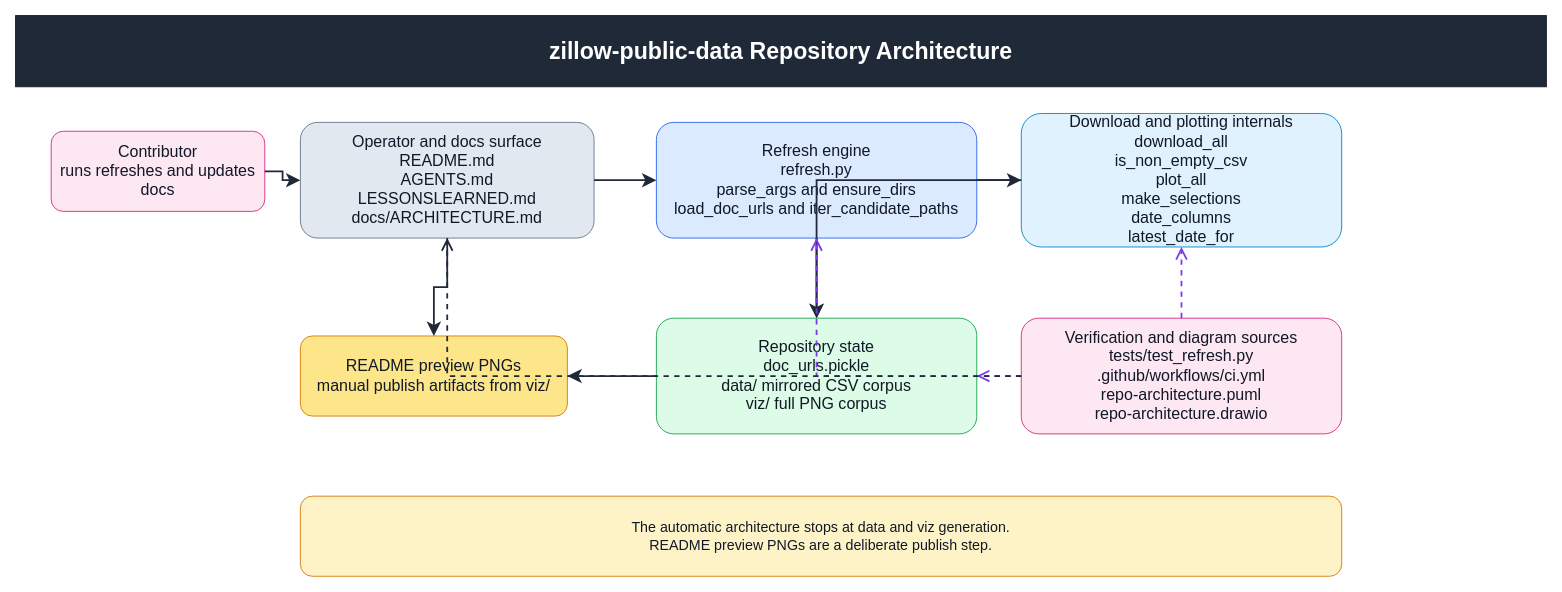
This is docs/diagrams/repo-architecture.drawio from casonk/zillow-public-data, a draw.io file, before an edit. Source tidied: cells renumbered, new cells numbered last; positions are measured from the earlier drawing's top-left corner, leaving out a move shared by most shapes. Both pictures are drawn from the tidied source at 89%, with x=0, y=0 at pixel (15, 15).
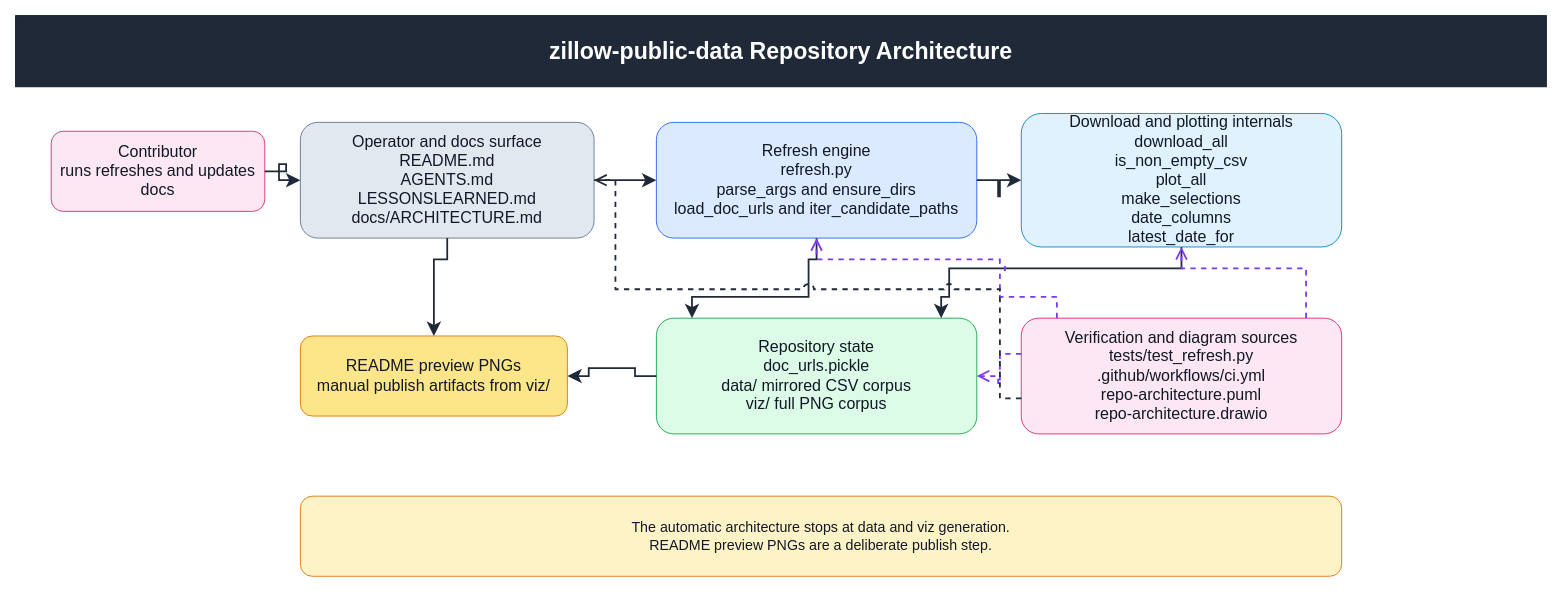
After the change.

Commit message (it also covers changes not shown here):
fix: refresh drawio architecture routes

Unchanged cells that the change refers to:
```xml
<mxCell id="3" value="Contributor&#10;runs refreshes and updates docs" style="rounded=1;whiteSpace=wrap;html=0;fillColor=#FCE7F3;strokeColor=#DB2777;fontColor=#111827;fontSize=18;align=center;verticalAlign=middle;spacing=8;" parent="1" vertex="1">
  <mxGeometry x="40" y="130" width="240" height="90" as="geometry" />
</mxCell>
<mxCell id="4" value="Operator and docs surface&#10;README.md&#10;AGENTS.md&#10;LESSONSLEARNED.md&#10;docs/ARCHITECTURE.md" style="rounded=1;whiteSpace=wrap;html=0;fillColor=#E2E8F0;strokeColor=#64748B;fontColor=#111827;fontSize=18;align=center;verticalAlign=middle;spacing=8;" parent="1" vertex="1">
  <mxGeometry x="320" y="120" width="330" height="130" as="geometry" />
</mxCell>
<mxCell id="5" value="Refresh engine&#10;refresh.py&#10;parse_args and ensure_dirs&#10;load_doc_urls and iter_candidate_paths" style="rounded=1;whiteSpace=wrap;html=0;fillColor=#DBEAFE;strokeColor=#2563EB;fontColor=#111827;fontSize=18;align=center;verticalAlign=middle;spacing=8;" parent="1" vertex="1">
  <mxGeometry x="720" y="120" width="360" height="130" as="geometry" />
</mxCell>
<mxCell id="6" value="Download and plotting internals&#10;download_all&#10;is_non_empty_csv&#10;plot_all&#10;make_selections&#10;date_columns&#10;latest_date_for" style="rounded=1;whiteSpace=wrap;html=0;fillColor=#E0F2FE;strokeColor=#0284C7;fontColor=#111827;fontSize=18;align=center;verticalAlign=middle;spacing=8;" parent="1" vertex="1">
  <mxGeometry x="1130" y="110" width="360" height="150" as="geometry" />
</mxCell>
<mxCell id="7" value="Repository state&#10;doc_urls.pickle&#10;data/ mirrored CSV corpus&#10;viz/ full PNG corpus" style="rounded=1;whiteSpace=wrap;html=0;fillColor=#DCFCE7;strokeColor=#16A34A;fontColor=#111827;fontSize=18;align=center;verticalAlign=middle;spacing=8;" parent="1" vertex="1">
  <mxGeometry x="720" y="340" width="360" height="130" as="geometry" />
</mxCell>
<mxCell id="8" value="Verification and diagram sources&#10;tests/test_refresh.py&#10;.github/workflows/ci.yml&#10;repo-architecture.puml&#10;repo-architecture.drawio" style="rounded=1;whiteSpace=wrap;html=0;fillColor=#FCE7F3;strokeColor=#DB2777;fontColor=#111827;fontSize=18;align=center;verticalAlign=middle;spacing=8;" parent="1" vertex="1">
  <mxGeometry x="1130" y="340" width="360" height="130" as="geometry" />
</mxCell>
<mxCell id="9" value="README preview PNGs&#10;manual publish artifacts from viz/" style="rounded=1;whiteSpace=wrap;html=0;fillColor=#FDE68A;strokeColor=#D97706;fontColor=#111827;fontSize=18;align=center;verticalAlign=middle;spacing=8;" parent="1" vertex="1">
  <mxGeometry x="320" y="360" width="300" height="90" as="geometry" />
</mxCell>
```

Diff of the diagram source:
```diff
@@
-    <mxCell id="11" style="rounded=0;html=0;strokeColor=#1F2937;edgeStyle=orthogonalEdgeStyle;jettySize=12;endArrow=classic;endFill=1;endSize=10;strokeWidth=2;" parent="1" edge="1" source="3" target="4">
-      <mxGeometry relative="1" as="geometry" />
+    <mxCell id="11" style="rounded=0;html=0;strokeColor=#1F2937;edgeStyle=orthogonalEdgeStyle;jettySize=12;endArrow=classic;endFill=1;endSize=10;strokeWidth=2;jumpStyle=arc;jumpSize=10;" parent="1" edge="1" source="3" target="4">
+      <mxGeometry relative="1" as="geometry">
+        <Array as="points">
+          <mxPoint x="304" y="175" />
+          <mxPoint x="304" y="167" />
+          <mxPoint x="296" y="167" />
+          <mxPoint x="296" y="185" />
+        </Array>
+      </mxGeometry>
     </mxCell>
-    <mxCell id="12" style="rounded=0;html=0;strokeColor=#1F2937;edgeStyle=orthogonalEdgeStyle;jettySize=12;endArrow=classic;endFill=1;endSize=10;strokeWidth=2;" parent="1" edge="1" source="4" target="5">
-      <mxGeometry relative="1" as="geometry" />
+    <mxCell id="12" style="rounded=0;html=0;strokeColor=#1F2937;edgeStyle=orthogonalEdgeStyle;jettySize=12;endArrow=classic;endFill=1;endSize=10;strokeWidth=2;jumpStyle=arc;jumpSize=10;" parent="1" edge="1" source="4" target="5">
+      <mxGeometry relative="1" as="geometry">
+        <Array as="points">
+          <mxPoint x="674" y="185" />
+          <mxPoint x="696" y="185" />
+        </Array>
+      </mxGeometry>
     </mxCell>
-    <mxCell id="13" style="rounded=0;html=0;strokeColor=#1F2937;edgeStyle=orthogonalEdgeStyle;jettySize=12;endArrow=classic;endFill=1;endSize=10;strokeWidth=2;" parent="1" edge="1" source="5" target="6">
-      <mxGeometry relative="1" as="geometry" />
+    <mxCell id="13" style="rounded=0;html=0;strokeColor=#1F2937;edgeStyle=orthogonalEdgeStyle;jettySize=12;endArrow=classic;endFill=1;endSize=10;strokeWidth=2;jumpStyle=arc;jumpSize=10;" parent="1" edge="1" source="5" target="6">
+      <mxGeometry relative="1" as="geometry">
+        <Array as="points">
+          <mxPoint x="1104" y="185" />
+          <mxPoint x="1104" y="203" />
+          <mxPoint x="1106" y="203" />
+          <mxPoint x="1106" y="185" />
+        </Array>
+      </mxGeometry>
     </mxCell>
-    <mxCell id="14" style="rounded=0;html=0;strokeColor=#1F2937;edgeStyle=orthogonalEdgeStyle;jettySize=12;endArrow=classic;endFill=1;endSize=10;strokeWidth=2;" parent="1" edge="1" source="5" target="7">
-      <mxGeometry relative="1" as="geometry" />
+    <mxCell id="14" style="rounded=0;html=0;strokeColor=#1F2937;edgeStyle=orthogonalEdgeStyle;jettySize=12;endArrow=classic;endFill=1;endSize=10;strokeWidth=2;jumpStyle=arc;jumpSize=10;" parent="1" edge="1" source="5" target="7">
+      <mxGeometry relative="1" as="geometry">
+        <Array as="points">
+          <mxPoint x="900" y="274" />
+          <mxPoint x="891" y="274" />
+          <mxPoint x="891" y="316" />
+          <mxPoint x="760" y="316" />
+        </Array>
+      </mxGeometry>
     </mxCell>
-    <mxCell id="15" style="rounded=0;html=0;strokeColor=#1F2937;edgeStyle=orthogonalEdgeStyle;jettySize=12;endArrow=classic;endFill=1;endSize=10;strokeWidth=2;" parent="1" edge="1" source="6" target="7">
-      <mxGeometry relative="1" as="geometry" />
+    <mxCell id="15" style="rounded=0;html=0;strokeColor=#1F2937;edgeStyle=orthogonalEdgeStyle;jettySize=12;endArrow=classic;endFill=1;endSize=10;strokeWidth=2;jumpStyle=arc;jumpSize=10;" parent="1" edge="1" source="6" target="7">
+      <mxGeometry relative="1" as="geometry">
+        <Array as="points">
+          <mxPoint x="1310" y="284" />
+          <mxPoint x="1049" y="284" />
+          <mxPoint x="1049" y="316" />
+          <mxPoint x="1040" y="316" />
+        </Array>
+      </mxGeometry>
     </mxCell>
-    <mxCell id="16" style="rounded=0;html=0;strokeColor=#1F2937;edgeStyle=orthogonalEdgeStyle;jettySize=12;endArrow=classic;endFill=1;endSize=10;strokeWidth=2;" parent="1" edge="1" source="7" target="9">
-      <mxGeometry relative="1" as="geometry" />
+    <mxCell id="16" style="rounded=0;html=0;strokeColor=#1F2937;edgeStyle=orthogonalEdgeStyle;jettySize=12;endArrow=classic;endFill=1;endSize=10;strokeWidth=2;jumpStyle=arc;jumpSize=10;" parent="1" edge="1" source="7" target="9">
+      <mxGeometry relative="1" as="geometry">
+        <Array as="points">
+          <mxPoint x="696" y="405" />
+          <mxPoint x="696" y="396" />
+          <mxPoint x="644" y="396" />
+          <mxPoint x="644" y="405" />
+        </Array>
+      </mxGeometry>
     </mxCell>
-    <mxCell id="17" style="rounded=0;html=0;strokeColor=#7C3AED;dashed=1;edgeStyle=orthogonalEdgeStyle;jettySize=12;endArrow=open;endFill=0;endSize=10;strokeWidth=2;" parent="1" edge="1" source="8" target="5">
-      <mxGeometry relative="1" as="geometry" />
+    <mxCell id="17" style="rounded=0;html=0;strokeColor=#7C3AED;dashed=1;edgeStyle=orthogonalEdgeStyle;jettySize=12;endArrow=open;endFill=0;endSize=10;strokeWidth=2;jumpStyle=arc;jumpSize=10;" parent="1" edge="1" source="8" target="5">
+      <mxGeometry relative="1" as="geometry">
+        <Array as="points">
+          <mxPoint x="1170" y="316" />
+          <mxPoint x="1106" y="316" />
+          <mxPoint x="1106" y="274" />
+          <mxPoint x="900" y="274" />
+        </Array>
+      </mxGeometry>
     </mxCell>
-    <mxCell id="18" style="rounded=0;html=0;strokeColor=#7C3AED;dashed=1;edgeStyle=orthogonalEdgeStyle;jettySize=12;endArrow=open;endFill=0;endSize=10;strokeWidth=2;" parent="1" edge="1" source="8" target="6">
-      <mxGeometry relative="1" as="geometry" />
+    <mxCell id="18" style="rounded=0;html=0;strokeColor=#7C3AED;dashed=1;edgeStyle=orthogonalEdgeStyle;jettySize=12;endArrow=open;endFill=0;endSize=10;strokeWidth=2;jumpStyle=arc;jumpSize=10;" parent="1" edge="1" source="8" target="6">
+      <mxGeometry relative="1" as="geometry">
+        <Array as="points">
+          <mxPoint x="1450" y="316" />
+          <mxPoint x="1450" y="284" />
+          <mxPoint x="1310" y="284" />
+        </Array>
+      </mxGeometry>
     </mxCell>
-    <mxCell id="19" style="rounded=0;html=0;strokeColor=#7C3AED;dashed=1;edgeStyle=orthogonalEdgeStyle;jettySize=12;endArrow=open;endFill=0;endSize=10;strokeWidth=2;" parent="1" edge="1" source="8" target="7">
-      <mxGeometry relative="1" as="geometry" />
+    <mxCell id="19" style="rounded=0;html=0;strokeColor=#7C3AED;dashed=1;edgeStyle=orthogonalEdgeStyle;jettySize=12;endArrow=open;endFill=0;endSize=10;strokeWidth=2;jumpStyle=arc;jumpSize=10;" parent="1" edge="1" source="8" target="7">
+      <mxGeometry relative="1" as="geometry">
+        <Array as="points">
+          <mxPoint x="1106" y="380" />
+          <mxPoint x="1106" y="414" />
+          <mxPoint x="1104" y="414" />
+          <mxPoint x="1104" y="405" />
+        </Array>
+      </mxGeometry>
     </mxCell>
-    <mxCell id="20" style="rounded=0;html=0;strokeColor=#1F2937;edgeStyle=orthogonalEdgeStyle;jettySize=12;endArrow=classic;endFill=1;endSize=10;strokeWidth=2;" parent="1" edge="1" source="4" target="9">
-      <mxGeometry relative="1" as="geometry" />
+    <mxCell id="20" style="rounded=0;html=0;strokeColor=#1F2937;edgeStyle=orthogonalEdgeStyle;jettySize=12;endArrow=classic;endFill=1;endSize=10;strokeWidth=2;jumpStyle=arc;jumpSize=10;" parent="1" edge="1" source="4" target="9">
+      <mxGeometry relative="1" as="geometry">
+        <Array as="points">
+          <mxPoint x="485" y="274" />
+          <mxPoint x="470" y="274" />
+          <mxPoint x="470" y="336" />
+        </Array>
+      </mxGeometry>
     </mxCell>
-    <mxCell id="21" style="rounded=0;html=0;strokeColor=#1F2937;dashed=1;edgeStyle=orthogonalEdgeStyle;jettySize=12;endArrow=open;endFill=0;endSize=10;strokeWidth=2;" parent="1" edge="1" source="8" target="4">
-      <mxGeometry relative="1" as="geometry" />
+    <mxCell id="21" style="rounded=0;html=0;strokeColor=#1F2937;dashed=1;edgeStyle=orthogonalEdgeStyle;jettySize=12;endArrow=open;endFill=0;endSize=10;strokeWidth=2;jumpStyle=arc;jumpSize=10;" parent="1" edge="1" source="8" target="4">
+      <mxGeometry relative="1" as="geometry">
+        <Array as="points">
+          <mxPoint x="1106" y="430" />
+          <mxPoint x="1106" y="307.5" />
+          <mxPoint x="674" y="307.5" />
+          <mxPoint x="674" y="185" />
+        </Array>
+      </mxGeometry>
     </mxCell>
```
